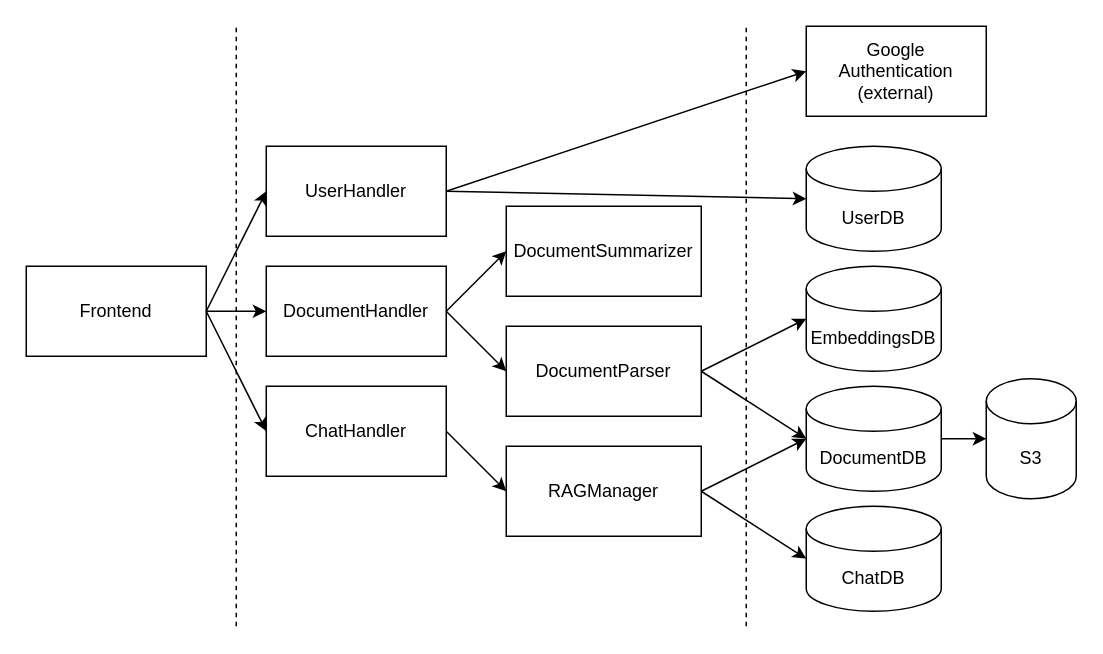
This is docs/design-diagram.drawio from jaidensiu/thinkr, a draw.io file, before an edit. Source tidied: cells renumbered, new cells numbered last; positions are measured from the earlier drawing's top-left corner, leaving out a move shared by most shapes. Both pictures are drawn from the tidied source at 150%, with x=0, y=0 at pixel (26, 26).
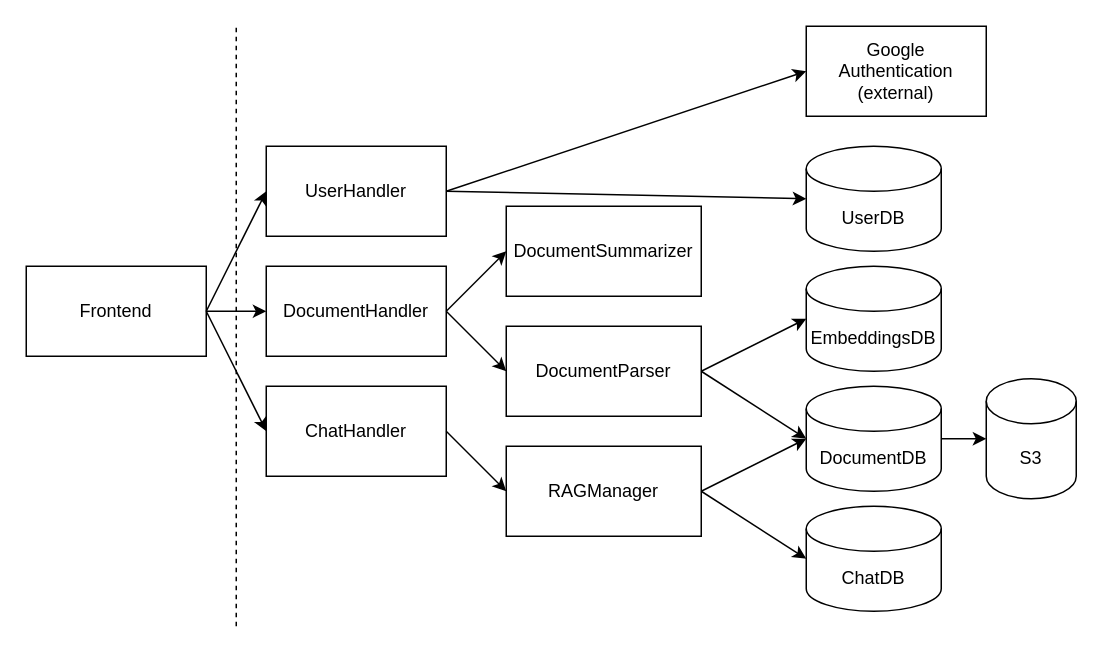
After the change.

Commit message:
chore: update design diagram

The edit, as a diff of the source:
```diff
@@
-    <mxCell id="18" style="endArrow=none;dashed=1;html=1;rounded=0;" parent="1" edge="1">
-      <mxGeometry relative="1" as="geometry">
-        <mxPoint x="480" y="400" as="sourcePoint" />
-        <mxPoint x="480" as="targetPoint" />
-      </mxGeometry>
-    </mxCell>
```
